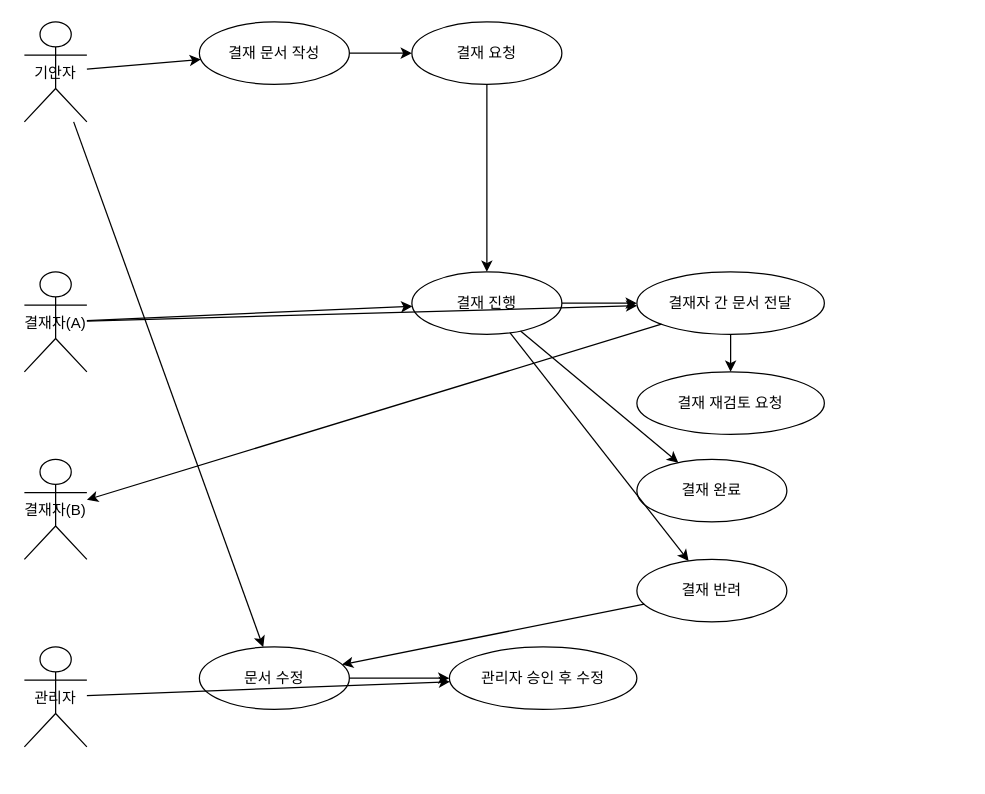
Before: document/다이어그램 결재함관리2.drawio in sunday1284/jsp_spring02, a draw.io diagram. Source tidied: cells renumbered, new cells numbered last; positions are measured from the earlier drawing's top-left corner, leaving out a move shared by most shapes. Both pictures are drawn from the tidied source at 125%, with x=0, y=0 at pixel (24, 21).
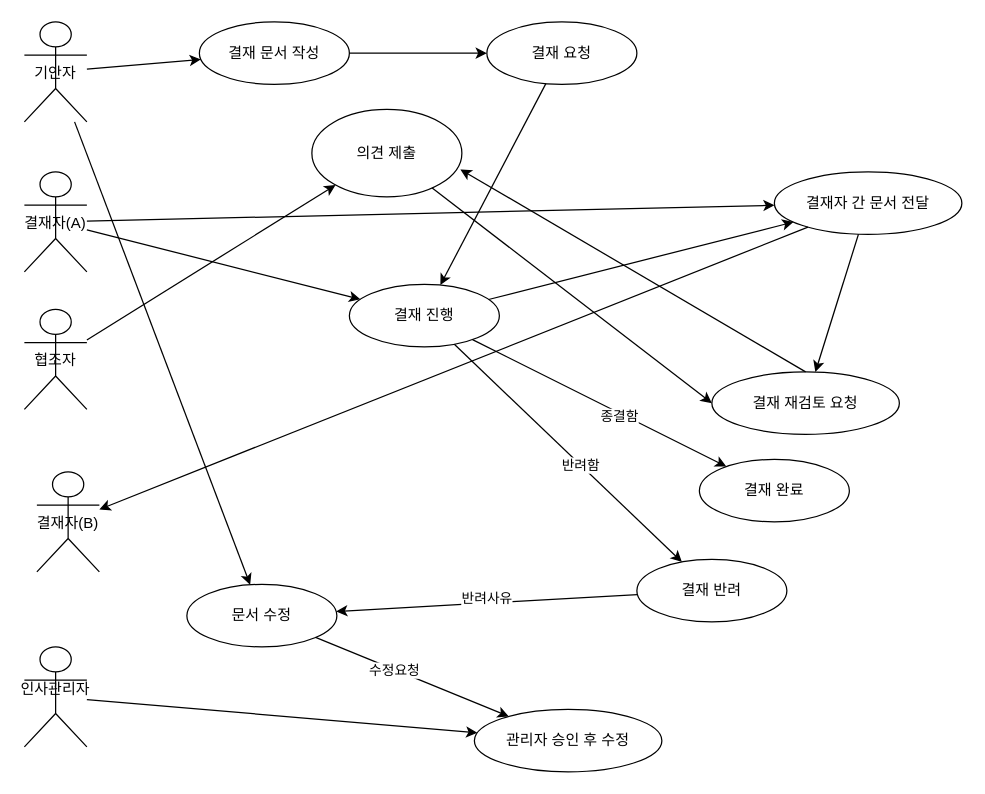
The same diagram, later.

Commit message:
다이어그램 결재함관리2.drawio 업데이트

The change refers to these unchanged cells:
```xml
<mxCell id="20" parent="1" edge="1" source="10" target="19">
  <mxGeometry relative="1" as="geometry" />
</mxCell>
<mxCell id="22" parent="1" edge="1" source="10" target="21">
  <mxGeometry relative="1" as="geometry" />
</mxCell>
<mxCell id="25" parent="1" edge="1" source="21" target="23">
  <mxGeometry relative="1" as="geometry" />
</mxCell>
<mxCell id="27" parent="1" edge="1" source="23" target="26">
  <mxGeometry relative="1" as="geometry" />
</mxCell>
```

The edit, as a diff of the source:
```diff
@@
     <mxCell id="3" value="결재자(A)" style="shape=umlActor;" parent="1" vertex="1">
-      <mxGeometry y="200" width="50" height="80" as="geometry" />
+      <mxGeometry y="120" width="50" height="80" as="geometry" />
     </mxCell>
     <mxCell id="4" value="결재자(B)" style="shape=umlActor;" parent="1" vertex="1">
-      <mxGeometry y="350" width="50" height="80" as="geometry" />
+      <mxGeometry x="10" y="360" width="50" height="80" as="geometry" />
     </mxCell>
-    <mxCell id="5" value="관리자" style="shape=umlActor;" parent="1" vertex="1">
+    <mxCell id="5" value="인사관리자&#10;" style="shape=umlActor;" parent="1" vertex="1">
       <mxGeometry y="500" width="50" height="80" as="geometry" />
     </mxCell>
@@
     <mxCell id="8" value="결재 요청" style="ellipse;whiteSpace=wrap;html=1;" parent="1" vertex="1">
-      <mxGeometry x="310" width="120" height="50" as="geometry" />
+      <mxGeometry x="370" width="120" height="50" as="geometry" />
     </mxCell>
@@
     <mxCell id="10" value="결재 진행" style="ellipse;whiteSpace=wrap;html=1;" parent="1" vertex="1">
-      <mxGeometry x="310" y="200" width="120" height="50" as="geometry" />
+      <mxGeometry x="260" y="210" width="120" height="50" as="geometry" />
     </mxCell>
@@
     <mxCell id="13" value="결재자 간 문서 전달" style="ellipse;whiteSpace=wrap;html=1;" parent="1" vertex="1">
-      <mxGeometry x="490" y="200" width="150" height="50" as="geometry" />
+      <mxGeometry x="600" y="120" width="150" height="50" as="geometry" />
     </mxCell>
@@
     <mxCell id="17" value="결재 재검토 요청" style="ellipse;whiteSpace=wrap;html=1;" parent="1" vertex="1">
-      <mxGeometry x="490" y="280" width="150" height="50" as="geometry" />
+      <mxGeometry x="550" y="280" width="150" height="50" as="geometry" />
     </mxCell>
@@
     <mxCell id="19" value="결재 완료" style="ellipse;whiteSpace=wrap;html=1;" parent="1" vertex="1">
-      <mxGeometry x="490" y="350" width="120" height="50" as="geometry" />
+      <mxGeometry x="540" y="350" width="120" height="50" as="geometry" />
     </mxCell>
@@
+    <mxCell id="29" value="종결함" style="edgeLabel;html=1;align=center;verticalAlign=middle;" parent="20" vertex="1">
+      <mxGeometry x="0.16" y="-2" relative="1" as="geometry" />
+    </mxCell>
@@
+    <mxCell id="30" value="반려함" style="edgeLabel;html=1;align=center;verticalAlign=middle;" parent="22" vertex="1">
+      <mxGeometry x="0.1" relative="1" as="geometry" />
+    </mxCell>
     <mxCell id="23" value="문서 수정" style="ellipse;whiteSpace=wrap;html=1;" parent="1" vertex="1">
-      <mxGeometry x="140" y="500" width="120" height="50" as="geometry" />
+      <mxGeometry x="130" y="450" width="120" height="50" as="geometry" />
     </mxCell>
@@
+    <mxCell id="31" value="반려사유" style="edgeLabel;html=1;align=center;verticalAlign=middle;" parent="25" vertex="1">
+      <mxGeometry x="0.03" y="5" relative="1" as="geometry">
+        <mxPoint x="3" y="-10" as="offset" />
+      </mxGeometry>
+    </mxCell>
     <mxCell id="26" value="관리자 승인 후 수정" style="ellipse;whiteSpace=wrap;html=1;" parent="1" vertex="1">
-      <mxGeometry x="340" y="500" width="150" height="50" as="geometry" />
+      <mxGeometry x="360" y="550" width="150" height="50" as="geometry" />
     </mxCell>
@@
+    <mxCell id="32" value="수정요청" style="edgeLabel;html=1;align=center;verticalAlign=middle;" parent="27" vertex="1">
+      <mxGeometry x="-0.19" relative="1" as="geometry" />
+    </mxCell>
@@
+    <mxCell id="33" value="협조자" style="shape=umlActor;" parent="1" vertex="1">
+      <mxGeometry y="230" width="50" height="80" as="geometry" />
+    </mxCell>
+    <mxCell id="34" value="의견 제출" style="ellipse;whiteSpace=wrap;html=1;" parent="1" vertex="1">
+      <mxGeometry x="230" y="70" width="120" height="70" as="geometry" />
+    </mxCell>
+    <mxCell id="35" style="endArrow=classic;html=1;rounded=0;exitX=0.5;exitY=0;exitDx=0;exitDy=0;entryX=0.99;entryY=0.686;entryDx=0;entryDy=0;entryPerimeter=0;" parent="1" edge="1" source="17" target="34">
+      <mxGeometry relative="1" as="geometry" />
+    </mxCell>
+    <mxCell id="36" style="endArrow=classic;html=1;rounded=0;" parent="1" edge="1" source="33" target="34">
+      <mxGeometry relative="1" as="geometry" />
+    </mxCell>
+    <mxCell id="37" style="endArrow=classic;html=1;rounded=0;entryX=0;entryY=0.5;entryDx=0;entryDy=0;" parent="1" edge="1" source="34" target="17">
+      <mxGeometry relative="1" as="geometry" />
+    </mxCell>
```
